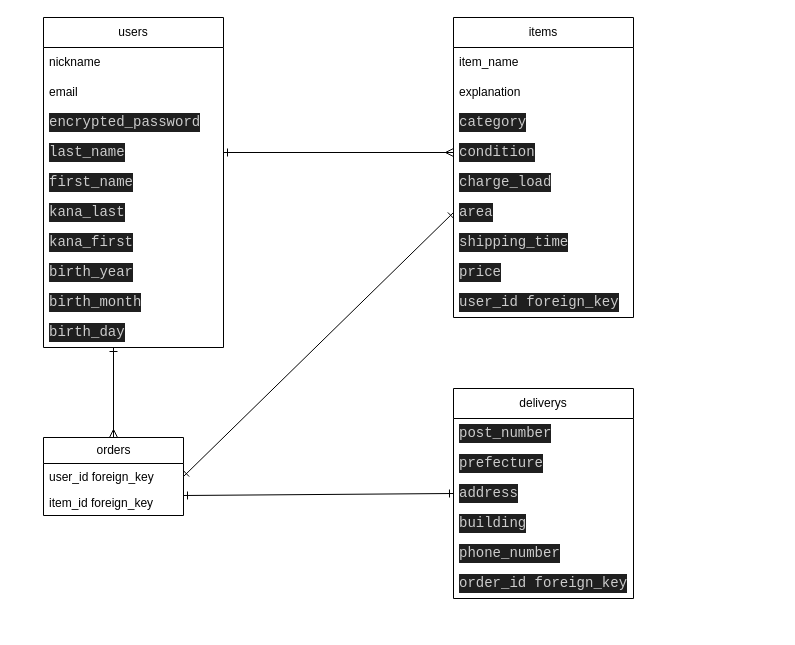
The draw.io diagram database.dio in naoki240302/furima-40498-for-windows, before the edit. Source tidied: cells renumbered, new cells numbered last; positions are measured from the earlier drawing's top-left corner, leaving out a move shared by most shapes. Both pictures are drawn from the tidied source at 100%, with x=0, y=0 at pixel (43, 17).
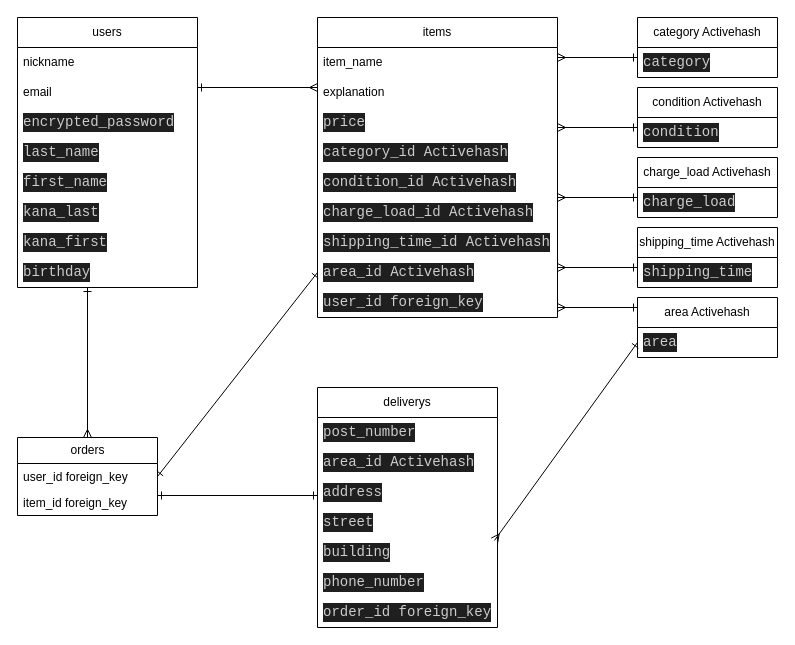
The same page after the edit.

Commit message (it also covers changes not shown here):
【修正】ER図・データベース設計の記述

The change refers to these unchanged cells:
```xml
<mxCell id="25" value="user_id foreign_key" style="text;strokeColor=none;fillColor=none;align=left;verticalAlign=top;spacingLeft=4;spacingRight=4;overflow=hidden;points=[[0,0.5],[1,0.5]];portConstraint=eastwest;whiteSpace=wrap;html=1;" parent="24" vertex="1">
  <mxGeometry y="26" width="140" height="26" as="geometry" />
</mxCell>
<mxCell id="26" value="item_id foreign_key" style="text;strokeColor=none;fillColor=none;align=left;verticalAlign=top;spacingLeft=4;spacingRight=4;overflow=hidden;points=[[0,0.5],[1,0.5]];portConstraint=eastwest;whiteSpace=wrap;html=1;" parent="24" vertex="1">
  <mxGeometry y="52" width="140" height="26" as="geometry" />
</mxCell>
```

What changed in the source:
```diff
@@
     <mxCell id="2" value="users" style="swimlane;fontStyle=0;horizontal=1;startSize=30;whiteSpace=wrap;html=1;" parent="1" vertex="1">
-      <mxGeometry width="180" height="330" as="geometry" />
+      <mxGeometry x="-26" width="180" height="270" as="geometry" />
     </mxCell>
@@
-    <mxCell id="10" value="&lt;div style=&quot;color: rgb(204, 204, 204); background-color: rgb(31, 31, 31); font-family: Consolas, &amp;quot;Courier New&amp;quot;, monospace; font-size: 14px; line-height: 19px;&quot;&gt;birth_year&lt;/div&gt;" style="text;strokeColor=none;fillColor=none;align=left;verticalAlign=middle;spacingLeft=4;spacingRight=4;overflow=hidden;whiteSpace=wrap;html=1;" parent="2" vertex="1">
+    <mxCell id="10" value="&lt;div style=&quot;color: rgb(204, 204, 204); background-color: rgb(31, 31, 31); font-family: Consolas, &amp;quot;Courier New&amp;quot;, monospace; font-size: 14px; line-height: 19px;&quot;&gt;birthday&lt;/div&gt;" style="text;strokeColor=none;fillColor=none;align=left;verticalAlign=middle;spacingLeft=4;spacingRight=4;overflow=hidden;whiteSpace=wrap;html=1;" parent="2" vertex="1">
       <mxGeometry y="240" width="180" height="30" as="geometry" />
     </mxCell>
-    <mxCell id="11" value="&lt;div style=&quot;color: rgb(204, 204, 204); background-color: rgb(31, 31, 31); font-family: Consolas, &amp;quot;Courier New&amp;quot;, monospace; font-size: 14px; line-height: 19px;&quot;&gt;birth_month&lt;/div&gt;" style="text;strokeColor=none;fillColor=none;align=left;verticalAlign=middle;spacingLeft=4;spacingRight=4;overflow=hidden;whiteSpace=wrap;html=1;" parent="2" vertex="1">
-      <mxGeometry y="270" width="180" height="30" as="geometry" />
-    </mxCell>
-    <mxCell id="12" value="&lt;div style=&quot;color: rgb(204, 204, 204); background-color: rgb(31, 31, 31); font-family: Consolas, &amp;quot;Courier New&amp;quot;, monospace; font-size: 14px; line-height: 19px;&quot;&gt;birth_day&lt;/div&gt;" style="text;strokeColor=none;fillColor=none;align=left;verticalAlign=middle;spacingLeft=4;spacingRight=4;overflow=hidden;whiteSpace=wrap;html=1;" parent="2" vertex="1">
-      <mxGeometry y="300" width="180" height="30" as="geometry" />
-    </mxCell>
     <mxCell id="13" value="items" style="swimlane;fontStyle=0;horizontal=1;startSize=30;whiteSpace=wrap;html=1;" parent="1" vertex="1">
-      <mxGeometry x="410" width="180" height="300" as="geometry" />
+      <mxGeometry x="274" width="240" height="300" as="geometry" />
     </mxCell>
     <mxCell id="14" value="item_name" style="text;strokeColor=none;fillColor=none;align=left;verticalAlign=middle;spacingLeft=4;spacingRight=4;overflow=hidden;whiteSpace=wrap;html=1;" parent="13" vertex="1">
-      <mxGeometry y="30" width="180" height="30" as="geometry" />
+      <mxGeometry y="30" width="240" height="30" as="geometry" />
     </mxCell>
     <mxCell id="15" value="explanation" style="text;strokeColor=none;fillColor=none;align=left;verticalAlign=middle;spacingLeft=4;spacingRight=4;overflow=hidden;whiteSpace=wrap;html=1;" parent="13" vertex="1">
-      <mxGeometry y="60" width="180" height="30" as="geometry" />
+      <mxGeometry y="60" width="240" height="30" as="geometry" />
     </mxCell>
-    <mxCell id="16" value="&lt;div style=&quot;color: rgb(204, 204, 204); background-color: rgb(31, 31, 31); font-family: Consolas, &amp;quot;Courier New&amp;quot;, monospace; font-size: 14px; line-height: 19px;&quot;&gt;category&lt;/div&gt;" style="text;strokeColor=none;fillColor=none;align=left;verticalAlign=middle;spacingLeft=4;spacingRight=4;overflow=hidden;whiteSpace=wrap;html=1;" parent="13" vertex="1">
-      <mxGeometry y="90" width="180" height="30" as="geometry" />
-    </mxCell>
-    <mxCell id="17" value="&lt;div style=&quot;color: rgb(204, 204, 204); background-color: rgb(31, 31, 31); font-family: Consolas, &amp;quot;Courier New&amp;quot;, monospace; font-size: 14px; line-height: 19px;&quot;&gt;condition&lt;/div&gt;" style="text;strokeColor=none;fillColor=none;align=left;verticalAlign=middle;spacingLeft=4;spacingRight=4;overflow=hidden;points=[[0,0.5],[1,0.5]];portConstraint=eastwest;whiteSpace=wrap;html=1;" parent="13" vertex="1">
-      <mxGeometry y="120" width="180" height="30" as="geometry" />
-    </mxCell>
-    <mxCell id="18" value="&lt;div style=&quot;color: rgb(204, 204, 204); background-color: rgb(31, 31, 31); font-family: Consolas, &amp;quot;Courier New&amp;quot;, monospace; font-size: 14px; line-height: 19px;&quot;&gt;charge_load&lt;/div&gt;" style="text;strokeColor=none;fillColor=none;align=left;verticalAlign=middle;spacingLeft=4;spacingRight=4;overflow=hidden;whiteSpace=wrap;html=1;" parent="13" vertex="1">
-      <mxGeometry y="150" width="180" height="30" as="geometry" />
-    </mxCell>
-    <mxCell id="19" value="&lt;div style=&quot;color: rgb(204, 204, 204); background-color: rgb(31, 31, 31); font-family: Consolas, &amp;quot;Courier New&amp;quot;, monospace; font-size: 14px; line-height: 19px;&quot;&gt;area&lt;/div&gt;" style="text;strokeColor=none;fillColor=none;align=left;verticalAlign=middle;spacingLeft=4;spacingRight=4;overflow=hidden;points=[[0,0.5],[1,0.5]];portConstraint=eastwest;whiteSpace=wrap;html=1;" parent="13" vertex="1">
-      <mxGeometry y="180" width="180" height="30" as="geometry" />
-    </mxCell>
-    <mxCell id="20" value="&lt;div style=&quot;color: rgb(204, 204, 204); background-color: rgb(31, 31, 31); font-family: Consolas, &amp;quot;Courier New&amp;quot;, monospace; font-size: 14px; line-height: 19px;&quot;&gt;shipping_time&lt;/div&gt;" style="text;strokeColor=none;fillColor=none;align=left;verticalAlign=middle;spacingLeft=4;spacingRight=4;overflow=hidden;whiteSpace=wrap;html=1;" parent="13" vertex="1">
-      <mxGeometry y="210" width="180" height="30" as="geometry" />
-    </mxCell>
+    <mxCell id="37" value="&lt;div style=&quot;color: rgb(204, 204, 204); background-color: rgb(31, 31, 31); font-family: Consolas, &amp;quot;Courier New&amp;quot;, monospace; font-size: 14px; line-height: 19px;&quot;&gt;price&lt;/div&gt;" style="text;strokeColor=none;fillColor=none;align=left;verticalAlign=middle;spacingLeft=4;spacingRight=4;overflow=hidden;whiteSpace=wrap;html=1;" parent="13" vertex="1">
+      <mxGeometry y="90" width="240" height="30" as="geometry" />
+    </mxCell>
+    <mxCell id="38" value="&lt;div style=&quot;color: rgb(204, 204, 204); background-color: rgb(31, 31, 31); font-family: Consolas, &amp;quot;Courier New&amp;quot;, monospace; font-size: 14px; line-height: 19px;&quot;&gt;category_id Activehash&lt;/div&gt;" style="text;strokeColor=none;fillColor=none;align=left;verticalAlign=middle;spacingLeft=4;spacingRight=4;overflow=hidden;whiteSpace=wrap;html=1;" parent="13" vertex="1">
+      <mxGeometry y="120" width="240" height="30" as="geometry" />
+    </mxCell>
+    <mxCell id="39" value="&lt;div style=&quot;color: rgb(204, 204, 204); background-color: rgb(31, 31, 31); font-family: Consolas, &amp;quot;Courier New&amp;quot;, monospace; font-size: 14px; line-height: 19px;&quot;&gt;condition_id Activehash&lt;/div&gt;" style="text;strokeColor=none;fillColor=none;align=left;verticalAlign=middle;spacingLeft=4;spacingRight=4;overflow=hidden;whiteSpace=wrap;html=1;" parent="13" vertex="1">
+      <mxGeometry y="150" width="240" height="30" as="geometry" />
+    </mxCell>
+    <mxCell id="40" value="&lt;div style=&quot;color: rgb(204, 204, 204); background-color: rgb(31, 31, 31); font-family: Consolas, &amp;quot;Courier New&amp;quot;, monospace; font-size: 14px; line-height: 19px;&quot;&gt;charge_load_id Activehash&lt;/div&gt;" style="text;strokeColor=none;fillColor=none;align=left;verticalAlign=middle;spacingLeft=4;spacingRight=4;overflow=hidden;whiteSpace=wrap;html=1;" parent="13" vertex="1">
+      <mxGeometry y="180" width="240" height="30" as="geometry" />
+    </mxCell>
+    <mxCell id="41" value="&lt;div style=&quot;color: rgb(204, 204, 204); background-color: rgb(31, 31, 31); font-family: Consolas, &amp;quot;Courier New&amp;quot;, monospace; font-size: 14px; line-height: 19px;&quot;&gt;shipping_time_id Activehash&lt;/div&gt;" style="text;strokeColor=none;fillColor=none;align=left;verticalAlign=middle;spacingLeft=4;spacingRight=4;overflow=hidden;whiteSpace=wrap;html=1;" parent="13" vertex="1">
+      <mxGeometry y="210" width="240" height="30" as="geometry" />
+    </mxCell>
-    <mxCell id="21" value="&lt;div style=&quot;color: rgb(204, 204, 204); background-color: rgb(31, 31, 31); font-family: Consolas, &amp;quot;Courier New&amp;quot;, monospace; font-size: 14px; line-height: 19px;&quot;&gt;price&lt;/div&gt;" style="text;strokeColor=none;fillColor=none;align=left;verticalAlign=middle;spacingLeft=4;spacingRight=4;overflow=hidden;points=[[0,0.5],[1,0.5]];portConstraint=eastwest;whiteSpace=wrap;html=1;" parent="13" vertex="1">
-      <mxGeometry y="240" width="180" height="30" as="geometry" />
+    <mxCell id="21" value="&lt;div style=&quot;color: rgb(204, 204, 204); background-color: rgb(31, 31, 31); font-family: Consolas, &amp;quot;Courier New&amp;quot;, monospace; font-size: 14px; line-height: 19px;&quot;&gt;area_id Activehash&lt;/div&gt;" style="text;strokeColor=none;fillColor=none;align=left;verticalAlign=middle;spacingLeft=4;spacingRight=4;overflow=hidden;points=[[0,0.5],[1,0.5]];portConstraint=eastwest;whiteSpace=wrap;html=1;" parent="13" vertex="1">
+      <mxGeometry y="240" width="240" height="30" as="geometry" />
     </mxCell>
     <mxCell id="22" value="&lt;div style=&quot;color: rgb(204, 204, 204); background-color: rgb(31, 31, 31); font-family: Consolas, &amp;quot;Courier New&amp;quot;, monospace; font-size: 14px; line-height: 19px;&quot;&gt;user_id foreign_key&lt;/div&gt;" style="text;strokeColor=none;fillColor=none;align=left;verticalAlign=middle;spacingLeft=4;spacingRight=4;overflow=hidden;whiteSpace=wrap;html=1;" parent="13" vertex="1">
-      <mxGeometry y="270" width="180" height="30" as="geometry" />
+      <mxGeometry y="270" width="240" height="30" as="geometry" />
     </mxCell>
-    <mxCell id="23" style="edgeStyle=none;html=1;entryX=0;entryY=0.5;entryDx=0;entryDy=0;endArrow=ERmany;endFill=0;startArrow=ERone;startFill=0;" parent="1" edge="1" target="17">
+    <mxCell id="23" style="edgeStyle=none;html=1;endArrow=ERmany;endFill=0;startArrow=ERone;startFill=0;" parent="1" edge="1">
       <mxGeometry relative="1" as="geometry">
-        <mxPoint x="180" y="135" as="sourcePoint" />
+        <mxPoint x="154" y="70" as="sourcePoint" />
+        <mxPoint x="274" y="70" as="targetPoint" />
       </mxGeometry>
     </mxCell>
     <mxCell id="24" value="orders" style="swimlane;fontStyle=0;horizontal=1;startSize=26;fillColor=none;html=1;" parent="1" vertex="1">
-      <mxGeometry y="420" width="140" height="78" as="geometry" />
+      <mxGeometry x="-26" y="420" width="140" height="78" as="geometry" />
     </mxCell>
@@
     <mxCell id="27" value="deliverys" style="swimlane;fontStyle=0;horizontal=1;startSize=30;whiteSpace=wrap;html=1;" parent="1" vertex="1">
-      <mxGeometry x="410" y="371" width="180" height="210" as="geometry" />
+      <mxGeometry x="274" y="370" width="180" height="240" as="geometry" />
     </mxCell>
@@
-    <mxCell id="29" value="&lt;div style=&quot;color: rgb(204, 204, 204); background-color: rgb(31, 31, 31); font-family: Consolas, &amp;quot;Courier New&amp;quot;, monospace; font-size: 14px; line-height: 19px;&quot;&gt;prefecture&lt;/div&gt;" style="text;strokeColor=none;fillColor=none;align=left;verticalAlign=middle;spacingLeft=4;spacingRight=4;overflow=hidden;whiteSpace=wrap;html=1;" parent="27" vertex="1">
+    <mxCell id="29" value="&lt;div style=&quot;color: rgb(204, 204, 204); background-color: rgb(31, 31, 31); font-family: Consolas, &amp;quot;Courier New&amp;quot;, monospace; font-size: 14px; line-height: 19px;&quot;&gt;area_id Activehash&lt;/div&gt;" style="text;strokeColor=none;fillColor=none;align=left;verticalAlign=middle;spacingLeft=4;spacingRight=4;overflow=hidden;whiteSpace=wrap;html=1;" parent="27" vertex="1">
       <mxGeometry y="60" width="180" height="30" as="geometry" />
     </mxCell>
+    <mxCell id="42" value="&lt;div style=&quot;color: rgb(204, 204, 204); background-color: rgb(31, 31, 31); font-family: Consolas, &amp;quot;Courier New&amp;quot;, monospace; font-size: 14px; line-height: 19px;&quot;&gt;address&lt;/div&gt;" style="text;strokeColor=none;fillColor=none;align=left;verticalAlign=middle;spacingLeft=4;spacingRight=4;overflow=hidden;whiteSpace=wrap;html=1;" parent="27" vertex="1">
+      <mxGeometry y="90" width="180" height="30" as="geometry" />
+    </mxCell>
-    <mxCell id="30" value="&lt;div style=&quot;color: rgb(204, 204, 204); background-color: rgb(31, 31, 31); font-family: Consolas, &amp;quot;Courier New&amp;quot;, monospace; font-size: 14px; line-height: 19px;&quot;&gt;address&lt;/div&gt;" style="text;strokeColor=none;fillColor=none;align=left;verticalAlign=middle;spacingLeft=4;spacingRight=4;overflow=hidden;points=[[0,0.5],[1,0.5]];portConstraint=eastwest;whiteSpace=wrap;html=1;" parent="27" vertex="1">
-      <mxGeometry y="90" width="180" height="30" as="geometry" />
+    <mxCell id="30" value="&lt;div style=&quot;color: rgb(204, 204, 204); background-color: rgb(31, 31, 31); font-family: Consolas, &amp;quot;Courier New&amp;quot;, monospace; font-size: 14px; line-height: 19px;&quot;&gt;street&lt;/div&gt;" style="text;strokeColor=none;fillColor=none;align=left;verticalAlign=middle;spacingLeft=4;spacingRight=4;overflow=hidden;points=[[0,0.5],[1,0.5]];portConstraint=eastwest;whiteSpace=wrap;html=1;" parent="27" vertex="1">
+      <mxGeometry y="120" width="180" height="30" as="geometry" />
     </mxCell>
     <mxCell id="31" value="&lt;div style=&quot;color: rgb(204, 204, 204); background-color: rgb(31, 31, 31); font-family: Consolas, &amp;quot;Courier New&amp;quot;, monospace; font-size: 14px; line-height: 19px;&quot;&gt;building&lt;/div&gt;" style="text;strokeColor=none;fillColor=none;align=left;verticalAlign=middle;spacingLeft=4;spacingRight=4;overflow=hidden;points=[[0,0.5],[1,0.5]];portConstraint=eastwest;whiteSpace=wrap;html=1;" parent="27" vertex="1">
-      <mxGeometry y="120" width="180" height="30" as="geometry" />
+      <mxGeometry y="150" width="180" height="30" as="geometry" />
     </mxCell>
     <mxCell id="32" value="&lt;div style=&quot;color: rgb(204, 204, 204); background-color: rgb(31, 31, 31); font-family: Consolas, &amp;quot;Courier New&amp;quot;, monospace; font-size: 14px; line-height: 19px;&quot;&gt;phone_number&lt;/div&gt;" style="text;strokeColor=none;fillColor=none;align=left;verticalAlign=middle;spacingLeft=4;spacingRight=4;overflow=hidden;whiteSpace=wrap;html=1;" parent="27" vertex="1">
-      <mxGeometry y="150" width="180" height="30" as="geometry" />
+      <mxGeometry y="180" width="180" height="30" as="geometry" />
     </mxCell>
     <mxCell id="33" value="&lt;div style=&quot;color: rgb(204, 204, 204); background-color: rgb(31, 31, 31); font-family: Consolas, &amp;quot;Courier New&amp;quot;, monospace; font-size: 14px; line-height: 19px;&quot;&gt;order_id foreign_key&lt;/div&gt;" style="text;strokeColor=none;fillColor=none;align=left;verticalAlign=middle;spacingLeft=4;spacingRight=4;overflow=hidden;whiteSpace=wrap;html=1;" parent="27" vertex="1">
-      <mxGeometry y="180" width="180" height="30" as="geometry" />
+      <mxGeometry y="210" width="180" height="30" as="geometry" />
     </mxCell>
     <mxCell id="34" style="edgeStyle=none;html=1;entryX=0.5;entryY=0;entryDx=0;entryDy=0;endArrow=ERmany;endFill=0;startArrow=ERone;startFill=0;" parent="1" edge="1" target="24">
       <mxGeometry relative="1" as="geometry">
-        <mxPoint x="70" y="330" as="sourcePoint" />
+        <mxPoint x="44" y="270" as="sourcePoint" />
       </mxGeometry>
     </mxCell>
-    <mxCell id="35" style="edgeStyle=none;html=1;entryX=1;entryY=0.5;entryDx=0;entryDy=0;endArrow=ERone;endFill=0;startArrow=ERone;startFill=0;exitX=0;exitY=0.5;exitDx=0;exitDy=0;" parent="1" edge="1" source="19" target="25">
+    <mxCell id="35" style="edgeStyle=none;html=1;entryX=1;entryY=0.5;entryDx=0;entryDy=0;endArrow=ERone;endFill=0;startArrow=ERone;startFill=0;exitX=0;exitY=0.5;exitDx=0;exitDy=0;" parent="1" edge="1" source="21" target="25">
       <mxGeometry relative="1" as="geometry" />
     </mxCell>
-    <mxCell id="36" style="edgeStyle=none;html=1;entryX=1;entryY=0.231;entryDx=0;entryDy=0;endArrow=ERone;endFill=0;startArrow=ERone;startFill=0;exitX=0;exitY=0.5;exitDx=0;exitDy=0;entryPerimeter=0;" parent="1" edge="1" source="30" target="26">
-      <mxGeometry relative="1" as="geometry" />
+    <mxCell id="36" style="edgeStyle=none;html=1;entryX=1;entryY=0.231;entryDx=0;entryDy=0;endArrow=ERone;endFill=0;startArrow=ERone;startFill=0;entryPerimeter=0;" parent="1" edge="1" target="26">
+      <mxGeometry relative="1" as="geometry">
+        <mxPoint x="274" y="478" as="sourcePoint" />
+      </mxGeometry>
     </mxCell>
+    <mxCell id="43" value="category Activehash" style="swimlane;fontStyle=0;horizontal=1;startSize=30;whiteSpace=wrap;html=1;" parent="1" vertex="1">
+      <mxGeometry x="594" width="140" height="60" as="geometry" />
+    </mxCell>
+    <mxCell id="16" value="&lt;div style=&quot;color: rgb(204, 204, 204); background-color: rgb(31, 31, 31); font-family: Consolas, &amp;quot;Courier New&amp;quot;, monospace; font-size: 14px; line-height: 19px;&quot;&gt;category&lt;/div&gt;" style="text;strokeColor=none;fillColor=none;align=left;verticalAlign=middle;spacingLeft=4;spacingRight=4;overflow=hidden;whiteSpace=wrap;html=1;" parent="43" vertex="1">
+      <mxGeometry y="30" width="140" height="30" as="geometry" />
+    </mxCell>
+    <mxCell id="44" style="edgeStyle=none;html=1;endArrow=ERmany;endFill=0;startArrow=ERone;startFill=0;" parent="1" edge="1">
+      <mxGeometry relative="1" as="geometry">
+        <mxPoint x="594" y="40" as="sourcePoint" />
+        <mxPoint x="514" y="40" as="targetPoint" />
+      </mxGeometry>
+    </mxCell>
+    <mxCell id="45" value="condition Activehash" style="swimlane;fontStyle=0;horizontal=1;startSize=30;whiteSpace=wrap;html=1;" parent="1" vertex="1">
+      <mxGeometry x="594" y="70" width="140" height="60" as="geometry" />
+    </mxCell>
+    <mxCell id="17" value="&lt;div style=&quot;color: rgb(204, 204, 204); background-color: rgb(31, 31, 31); font-family: Consolas, &amp;quot;Courier New&amp;quot;, monospace; font-size: 14px; line-height: 19px;&quot;&gt;condition&lt;/div&gt;" style="text;strokeColor=none;fillColor=none;align=left;verticalAlign=middle;spacingLeft=4;spacingRight=4;overflow=hidden;points=[[0,0.5],[1,0.5]];portConstraint=eastwest;whiteSpace=wrap;html=1;" parent="45" vertex="1">
+      <mxGeometry y="30" width="140" height="30" as="geometry" />
+    </mxCell>
+    <mxCell id="46" value="charge_load Activehash" style="swimlane;fontStyle=0;horizontal=1;startSize=30;whiteSpace=wrap;html=1;" parent="1" vertex="1">
+      <mxGeometry x="594" y="140" width="140" height="60" as="geometry" />
+    </mxCell>
+    <mxCell id="18" value="&lt;div style=&quot;color: rgb(204, 204, 204); background-color: rgb(31, 31, 31); font-family: Consolas, &amp;quot;Courier New&amp;quot;, monospace; font-size: 14px; line-height: 19px;&quot;&gt;charge_load&lt;/div&gt;" style="text;strokeColor=none;fillColor=none;align=left;verticalAlign=middle;spacingLeft=4;spacingRight=4;overflow=hidden;whiteSpace=wrap;html=1;" parent="46" vertex="1">
+      <mxGeometry y="30" width="140" height="30" as="geometry" />
+    </mxCell>
+    <mxCell id="47" value="area Activehash" style="swimlane;fontStyle=0;horizontal=1;startSize=30;whiteSpace=wrap;html=1;" parent="1" vertex="1">
+      <mxGeometry x="594" y="280" width="140" height="60" as="geometry" />
+    </mxCell>
+    <mxCell id="19" value="&lt;div style=&quot;color: rgb(204, 204, 204); background-color: rgb(31, 31, 31); font-family: Consolas, &amp;quot;Courier New&amp;quot;, monospace; font-size: 14px; line-height: 19px;&quot;&gt;area&lt;/div&gt;" style="text;strokeColor=none;fillColor=none;align=left;verticalAlign=middle;spacingLeft=4;spacingRight=4;overflow=hidden;points=[[0,0.5],[1,0.5]];portConstraint=eastwest;whiteSpace=wrap;html=1;" parent="47" vertex="1">
+      <mxGeometry y="30" width="140" height="30" as="geometry" />
+    </mxCell>
+    <mxCell id="48" value="shipping_time Activehash" style="swimlane;fontStyle=0;horizontal=1;startSize=30;whiteSpace=wrap;html=1;" parent="1" vertex="1">
+      <mxGeometry x="594" y="210" width="140" height="60" as="geometry" />
+    </mxCell>
+    <mxCell id="20" value="&lt;div style=&quot;color: rgb(204, 204, 204); background-color: rgb(31, 31, 31); font-family: Consolas, &amp;quot;Courier New&amp;quot;, monospace; font-size: 14px; line-height: 19px;&quot;&gt;shipping_time&lt;/div&gt;" style="text;strokeColor=none;fillColor=none;align=left;verticalAlign=middle;spacingLeft=4;spacingRight=4;overflow=hidden;whiteSpace=wrap;html=1;" parent="48" vertex="1">
+      <mxGeometry y="30" width="140" height="30" as="geometry" />
+    </mxCell>
+    <mxCell id="49" style="edgeStyle=none;html=1;endArrow=ERmany;endFill=0;startArrow=ERone;startFill=0;entryX=0.983;entryY=0.1;entryDx=0;entryDy=0;exitX=0;exitY=0.5;exitDx=0;exitDy=0;entryPerimeter=0;" parent="1" edge="1" source="19" target="31">
+      <mxGeometry relative="1" as="geometry" />
+    </mxCell>
+    <mxCell id="50" style="edgeStyle=none;html=1;endArrow=ERmany;endFill=0;startArrow=ERone;startFill=0;" parent="1" edge="1">
+      <mxGeometry relative="1" as="geometry">
+        <mxPoint x="594" y="110" as="sourcePoint" />
+        <mxPoint x="514" y="110" as="targetPoint" />
+      </mxGeometry>
+    </mxCell>
+    <mxCell id="51" style="edgeStyle=none;html=1;endArrow=ERmany;endFill=0;startArrow=ERone;startFill=0;" parent="1" edge="1">
+      <mxGeometry relative="1" as="geometry">
+        <mxPoint x="594" y="180" as="sourcePoint" />
+        <mxPoint x="514" y="180" as="targetPoint" />
+      </mxGeometry>
+    </mxCell>
+    <mxCell id="52" style="edgeStyle=none;html=1;endArrow=ERmany;endFill=0;startArrow=ERone;startFill=0;" parent="1" edge="1">
+      <mxGeometry relative="1" as="geometry">
+        <mxPoint x="594" y="250" as="sourcePoint" />
+        <mxPoint x="514" y="250" as="targetPoint" />
+      </mxGeometry>
+    </mxCell>
+    <mxCell id="53" style="edgeStyle=none;html=1;endArrow=ERmany;endFill=0;startArrow=ERone;startFill=0;" parent="1" edge="1">
+      <mxGeometry relative="1" as="geometry">
+        <mxPoint x="594" y="290" as="sourcePoint" />
+        <mxPoint x="514" y="290" as="targetPoint" />
+      </mxGeometry>
+    </mxCell>
```
